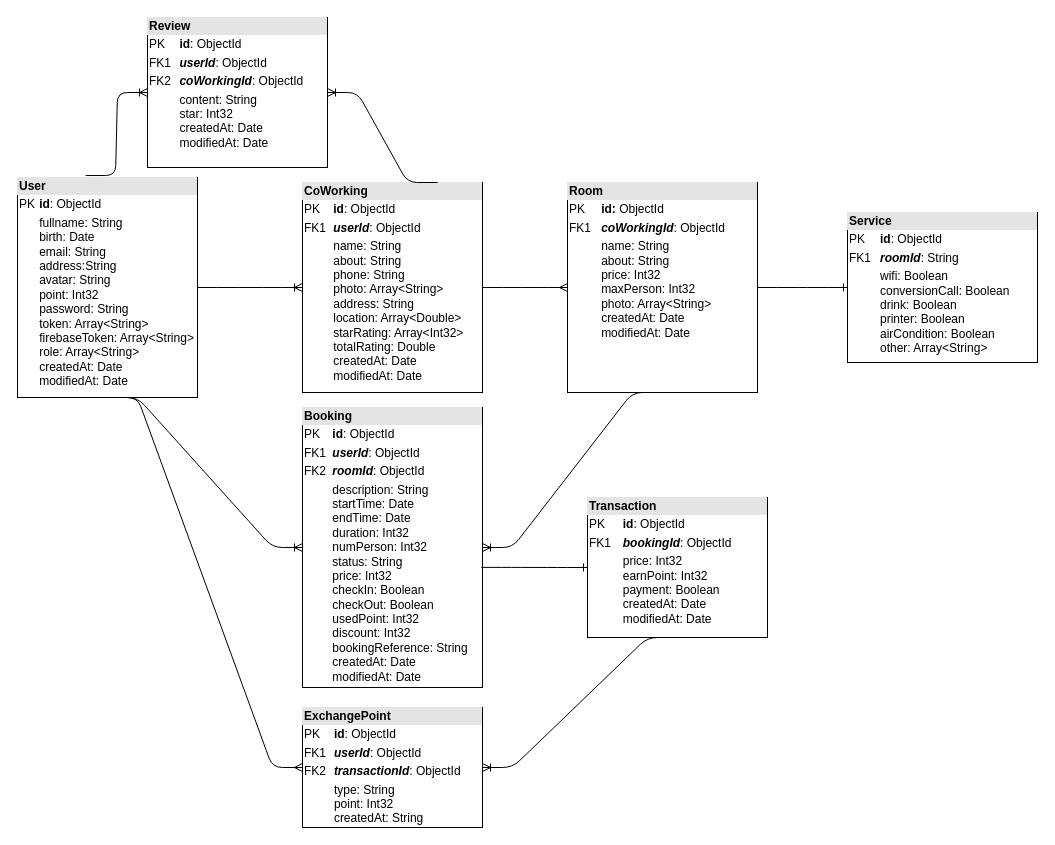
The draw.io diagram Untitled Diagram.drawio in sald17/coex_server, before the edit. Source tidied: cells renumbered, new cells numbered last; positions are measured from the earlier drawing's top-left corner, leaving out a move shared by most shapes. Both pictures are drawn from the tidied source at 100%, with x=0, y=0 at pixel (17, 17).
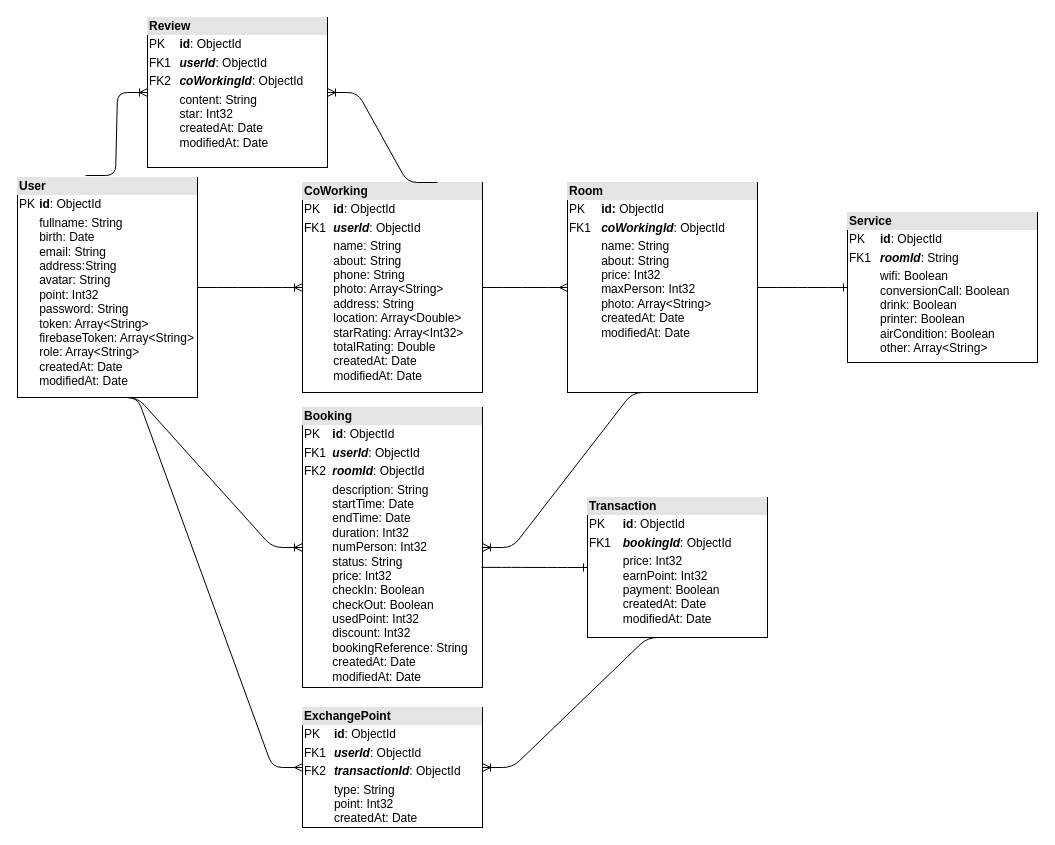
The same page after the edit.

The edit, as a diff of the source:
```diff
@@
 <mxGraphModel>
   <root>
     <mxCell id="0" />
     <mxCell id="1" parent="0" />
     <mxCell id="2" value="&lt;div style=&quot;box-sizing: border-box ; width: 100% ; background: #e4e4e4 ; padding: 2px&quot;&gt;&lt;b&gt;User&lt;/b&gt;&lt;br&gt;&lt;/div&gt;&lt;table style=&quot;width: 100% ; font-size: 1em&quot; cellspacing=&quot;0&quot; cellpadding=&quot;2&quot;&gt;&lt;tbody&gt;&lt;tr&gt;&lt;td&gt;PK&lt;/td&gt;&lt;td&gt;&lt;b&gt;id&lt;/b&gt;: ObjectId&lt;br&gt;&lt;/td&gt;&lt;/tr&gt;&lt;tr&gt;&lt;td&gt;&lt;br&gt;&lt;/td&gt;&lt;td&gt;fullname: String&lt;br&gt;birth: Date&lt;br&gt;email: String&lt;br&gt;address:String&lt;br&gt;avatar: String&lt;br&gt;point: Int32&lt;br&gt;password: String&lt;br&gt;token: Array&amp;lt;String&amp;gt;&lt;br&gt;firebaseToken: Array&amp;lt;String&amp;gt;&lt;br&gt;role: Array&amp;lt;String&amp;gt;&lt;br&gt;createdAt: Date&lt;br&gt;modifiedAt: Date&lt;br&gt;&lt;br&gt;&lt;br&gt;&lt;/td&gt;&lt;/tr&gt;&lt;tr&gt;&lt;td&gt;&lt;br&gt;&lt;/td&gt;&lt;td&gt;&lt;br&gt;&lt;/td&gt;&lt;/tr&gt;&lt;/tbody&gt;&lt;/table&gt;" style="verticalAlign=top;align=left;overflow=fill;html=1;" parent="1" vertex="1">
       <mxGeometry y="160" width="180" height="220" as="geometry" />
     </mxCell>
     <mxCell id="3" value="&lt;div style=&quot;box-sizing: border-box ; width: 100% ; background: #e4e4e4 ; padding: 2px&quot;&gt;&lt;b&gt;CoWorking&lt;/b&gt;&lt;/div&gt;&lt;table style=&quot;width: 100% ; font-size: 1em&quot; cellspacing=&quot;0&quot; cellpadding=&quot;2&quot;&gt;&lt;tbody&gt;&lt;tr&gt;&lt;td&gt;PK&lt;/td&gt;&lt;td&gt;&lt;b&gt;id&lt;/b&gt;: ObjectId&lt;br&gt;&lt;/td&gt;&lt;/tr&gt;&lt;tr&gt;&lt;td&gt;FK1&lt;/td&gt;&lt;td&gt;&lt;b&gt;&lt;i&gt;userId&lt;/i&gt;&lt;/b&gt;: ObjectId&lt;br&gt;&lt;/td&gt;&lt;/tr&gt;&lt;tr&gt;&lt;td&gt;&lt;br&gt;&lt;/td&gt;&lt;td&gt;name: String&lt;br&gt;about: String&lt;br&gt;phone: String&lt;br&gt;photo: Array&amp;lt;String&amp;gt;&lt;br&gt;address: String&lt;br&gt;location: Array&amp;lt;Double&amp;gt;&lt;br&gt;starRating: Array&amp;lt;Int32&amp;gt;&lt;br&gt;totalRating: Double&lt;br&gt;createdAt: Date&lt;br&gt;modifiedAt: Date&lt;br&gt;&lt;br&gt;&lt;/td&gt;&lt;/tr&gt;&lt;/tbody&gt;&lt;/table&gt;" style="verticalAlign=top;align=left;overflow=fill;html=1;fillColor=#ffffff;gradientColor=none;" parent="1" vertex="1">
       <mxGeometry x="285" y="165" width="180" height="210" as="geometry" />
     </mxCell>
     <mxCell id="4" value="&lt;div style=&quot;box-sizing: border-box ; width: 100% ; background: #e4e4e4 ; padding: 2px&quot;&gt;&lt;b&gt;Room&lt;/b&gt;&lt;/div&gt;&lt;table style=&quot;width: 100% ; font-size: 1em&quot; cellspacing=&quot;0&quot; cellpadding=&quot;2&quot;&gt;&lt;tbody&gt;&lt;tr&gt;&lt;td&gt;PK&lt;/td&gt;&lt;td&gt;&lt;b&gt;id: &lt;/b&gt;ObjectId&lt;br&gt;&lt;b&gt;&lt;/b&gt;&lt;/td&gt;&lt;/tr&gt;&lt;tr&gt;&lt;td&gt;FK1&lt;/td&gt;&lt;td&gt;&lt;i&gt;&lt;b&gt;coWorkingId&lt;/b&gt;&lt;/i&gt;: ObjectId&lt;br&gt;&lt;/td&gt;&lt;/tr&gt;&lt;tr&gt;&lt;td&gt;&lt;br&gt;&lt;/td&gt;&lt;td&gt;name: String&lt;br&gt;about: String&lt;br&gt;price: Int32&lt;br&gt;maxPerson: Int32&lt;br&gt;photo: Array&amp;lt;String&amp;gt;&lt;br&gt;createdAt: Date&lt;br&gt;modifiedAt: Date&lt;br&gt;&lt;br&gt;&lt;/td&gt;&lt;/tr&gt;&lt;/tbody&gt;&lt;/table&gt;" style="verticalAlign=top;align=left;overflow=fill;html=1;fillColor=#ffffff;gradientColor=none;" parent="1" vertex="1">
       <mxGeometry x="550" y="165" width="190" height="210" as="geometry" />
     </mxCell>
     <mxCell id="5" style="edgeStyle=entityRelationEdgeStyle;fontSize=12;html=1;endArrow=ERoneToMany;" parent="1" edge="1" source="2" target="3">
       <mxGeometry relative="1" as="geometry" />
     </mxCell>
     <mxCell id="6" style="edgeStyle=entityRelationEdgeStyle;fontSize=12;html=1;endArrow=ERmany;" parent="1" edge="1" source="3" target="4">
       <mxGeometry relative="1" as="geometry" />
     </mxCell>
     <mxCell id="7" value="&lt;div style=&quot;box-sizing: border-box ; width: 100% ; background: #e4e4e4 ; padding: 2px&quot;&gt;&lt;b&gt;Service&lt;/b&gt;&lt;/div&gt;&lt;table style=&quot;width: 100% ; font-size: 1em&quot; cellspacing=&quot;0&quot; cellpadding=&quot;2&quot;&gt;&lt;tbody&gt;&lt;tr&gt;&lt;td&gt;PK&lt;/td&gt;&lt;td&gt;&lt;b&gt;id&lt;/b&gt;: ObjectId&lt;br&gt;&lt;/td&gt;&lt;/tr&gt;&lt;tr&gt;&lt;td&gt;FK1&lt;/td&gt;&lt;td&gt;&lt;i&gt;&lt;b&gt;roomId&lt;/b&gt;&lt;/i&gt;: String&lt;br&gt;&lt;/td&gt;&lt;/tr&gt;&lt;tr&gt;&lt;td&gt;&lt;br&gt;&lt;/td&gt;&lt;td&gt;wifi: Boolean&lt;br&gt;conversionCall: Boolean&lt;br&gt;drink: Boolean&lt;br&gt;printer: Boolean&lt;br&gt;airCondition: Boolean&lt;br&gt;other: Array&amp;lt;String&amp;gt;&lt;br&gt;&lt;br&gt;&lt;/td&gt;&lt;/tr&gt;&lt;/tbody&gt;&lt;/table&gt;" style="verticalAlign=top;align=left;overflow=fill;html=1;" parent="1" vertex="1">
       <mxGeometry x="830" y="195" width="190" height="150" as="geometry" />
     </mxCell>
     <mxCell id="8" style="edgeStyle=entityRelationEdgeStyle;fontSize=12;html=1;endArrow=ERone;endFill=1;" parent="1" edge="1" source="4" target="7">
       <mxGeometry relative="1" as="geometry" />
     </mxCell>
     <mxCell id="9" value="&lt;div style=&quot;box-sizing: border-box ; width: 100% ; background: #e4e4e4 ; padding: 2px&quot;&gt;&lt;b&gt;Review&lt;/b&gt;&lt;/div&gt;&lt;table style=&quot;width: 100% ; font-size: 1em&quot; cellspacing=&quot;0&quot; cellpadding=&quot;2&quot;&gt;&lt;tbody&gt;&lt;tr&gt;&lt;td&gt;PK&lt;/td&gt;&lt;td&gt;&lt;b&gt;id&lt;/b&gt;: ObjectId&lt;br&gt;&lt;/td&gt;&lt;/tr&gt;&lt;tr&gt;&lt;td&gt;FK1&lt;/td&gt;&lt;td&gt;&lt;i&gt;&lt;b&gt;userId&lt;/b&gt;&lt;/i&gt;: ObjectId&lt;br&gt;&lt;/td&gt;&lt;/tr&gt;&lt;tr&gt;&lt;td&gt;FK2&lt;br&gt;&lt;/td&gt;&lt;td&gt;&lt;i&gt;&lt;b&gt;coWorkingId&lt;/b&gt;&lt;/i&gt;: ObjectId&lt;br&gt;&lt;/td&gt;&lt;/tr&gt;&lt;tr&gt;&lt;td&gt;&lt;br&gt;&lt;/td&gt;&lt;td&gt;content: String&lt;br&gt;star: Int32&lt;br&gt;createdAt: Date&lt;br&gt;modifiedAt: Date&lt;br&gt;&lt;br&gt;&lt;/td&gt;&lt;/tr&gt;&lt;/tbody&gt;&lt;/table&gt;" style="verticalAlign=top;align=left;overflow=fill;html=1;" parent="1" vertex="1">
       <mxGeometry x="130" width="180" height="150" as="geometry" />
     </mxCell>
     <mxCell id="10" style="edgeStyle=entityRelationEdgeStyle;fontSize=12;html=1;endArrow=ERoneToMany;entryX=0;entryY=0.5;entryDx=0;entryDy=0;exitX=0.378;exitY=-0.009;exitDx=0;exitDy=0;exitPerimeter=0;" parent="1" edge="1" source="2" target="9">
       <mxGeometry relative="1" as="geometry" />
     </mxCell>
     <mxCell id="11" style="edgeStyle=entityRelationEdgeStyle;fontSize=12;html=1;endArrow=ERoneToMany;exitX=0.75;exitY=0;exitDx=0;exitDy=0;" parent="1" edge="1" source="3" target="9">
       <mxGeometry relative="1" as="geometry" />
     </mxCell>
     <mxCell id="12" value="&lt;div style=&quot;box-sizing: border-box ; width: 100% ; background: #e4e4e4 ; padding: 2px&quot;&gt;&lt;b&gt;Booking&lt;/b&gt;&lt;/div&gt;&lt;table style=&quot;width: 100% ; font-size: 1em&quot; cellspacing=&quot;0&quot; cellpadding=&quot;2&quot;&gt;&lt;tbody&gt;&lt;tr&gt;&lt;td&gt;PK&lt;/td&gt;&lt;td&gt;&lt;b&gt;id&lt;/b&gt;: ObjectId&lt;br&gt;&lt;/td&gt;&lt;/tr&gt;&lt;tr&gt;&lt;td&gt;FK1&lt;/td&gt;&lt;td&gt;&lt;i&gt;&lt;b&gt;userId&lt;/b&gt;&lt;/i&gt;: ObjectId&lt;br&gt;&lt;/td&gt;&lt;/tr&gt;&lt;tr&gt;&lt;td&gt;FK2&lt;br&gt;&lt;/td&gt;&lt;td&gt;&lt;i&gt;&lt;b&gt;roomId&lt;/b&gt;&lt;/i&gt;: ObjectId&lt;br&gt;&lt;/td&gt;&lt;/tr&gt;&lt;tr&gt;&lt;td&gt;&lt;br&gt;&lt;/td&gt;&lt;td&gt;description: String&lt;br&gt;startTime: Date&lt;br&gt;endTime: Date&lt;br&gt;duration: Int32&lt;br&gt;numPerson: Int32&lt;br&gt;status: String&lt;br&gt;price: Int32&lt;br&gt;checkIn: Boolean &lt;br&gt;checkOut: Boolean&lt;br&gt;usedPoint: Int32&lt;br&gt;discount: Int32&lt;br&gt;bookingReference: String&lt;br&gt;createdAt: Date&lt;br&gt;modifiedAt: Date&lt;br&gt;&lt;br&gt;&lt;/td&gt;&lt;/tr&gt;&lt;/tbody&gt;&lt;/table&gt;" style="verticalAlign=top;align=left;overflow=fill;html=1;" parent="1" vertex="1">
       <mxGeometry x="285" y="390" width="180" height="280" as="geometry" />
     </mxCell>
     <mxCell id="13" style="edgeStyle=entityRelationEdgeStyle;fontSize=12;html=1;endArrow=ERoneToMany;exitX=0.5;exitY=1;exitDx=0;exitDy=0;entryX=0;entryY=0.5;entryDx=0;entryDy=0;" parent="1" edge="1" source="2" target="12">
       <mxGeometry relative="1" as="geometry" />
     </mxCell>
     <mxCell id="14" style="edgeStyle=entityRelationEdgeStyle;fontSize=12;html=1;endArrow=ERoneToMany;exitX=0.5;exitY=1;exitDx=0;exitDy=0;" parent="1" edge="1" source="4" target="12">
       <mxGeometry relative="1" as="geometry" />
     </mxCell>
     <mxCell id="15" value="&lt;div style=&quot;box-sizing: border-box ; width: 100% ; background: #e4e4e4 ; padding: 2px&quot;&gt;&lt;b&gt;Transaction&lt;/b&gt;&lt;/div&gt;&lt;table style=&quot;width: 100% ; font-size: 1em&quot; cellspacing=&quot;0&quot; cellpadding=&quot;2&quot;&gt;&lt;tbody&gt;&lt;tr&gt;&lt;td&gt;PK&lt;/td&gt;&lt;td&gt;&lt;b&gt;id&lt;/b&gt;: ObjectId&lt;br&gt;&lt;/td&gt;&lt;/tr&gt;&lt;tr&gt;&lt;td&gt;FK1&lt;/td&gt;&lt;td&gt;&lt;i&gt;&lt;b&gt;bookingId&lt;/b&gt;&lt;/i&gt;: ObjectId&lt;br&gt;&lt;/td&gt;&lt;/tr&gt;&lt;tr&gt;&lt;td&gt;&lt;br&gt;&lt;/td&gt;&lt;td&gt;price: Int32&lt;br&gt;earnPoint: Int32&lt;br&gt;payment: Boolean&lt;br&gt;createdAt: Date&lt;br&gt;modifiedAt: Date&lt;br&gt;&lt;br&gt;&lt;/td&gt;&lt;/tr&gt;&lt;/tbody&gt;&lt;/table&gt;" style="verticalAlign=top;align=left;overflow=fill;html=1;" parent="1" vertex="1">
       <mxGeometry x="570" y="480" width="180" height="140" as="geometry" />
     </mxCell>
     <mxCell id="16" style="edgeStyle=entityRelationEdgeStyle;fontSize=12;html=1;endArrow=ERone;endFill=1;exitX=0.994;exitY=0.571;exitDx=0;exitDy=0;exitPerimeter=0;" parent="1" edge="1" source="12" target="15">
       <mxGeometry relative="1" as="geometry" />
     </mxCell>
-    <mxCell id="17" value="&lt;div style=&quot;box-sizing: border-box ; width: 100% ; background: #e4e4e4 ; padding: 2px&quot;&gt;&lt;b&gt;ExchangePoint&lt;/b&gt;&lt;br&gt;&lt;/div&gt;&lt;table style=&quot;width: 100% ; font-size: 1em&quot; cellspacing=&quot;0&quot; cellpadding=&quot;2&quot;&gt;&lt;tbody&gt;&lt;tr&gt;&lt;td&gt;PK&lt;/td&gt;&lt;td&gt;&lt;b&gt;id&lt;/b&gt;: ObjectId&lt;br&gt;&lt;/td&gt;&lt;/tr&gt;&lt;tr&gt;&lt;td&gt;FK1&lt;/td&gt;&lt;td&gt;&lt;i&gt;&lt;b&gt;userId&lt;/b&gt;&lt;/i&gt;: ObjectId&lt;br&gt;&lt;/td&gt;&lt;/tr&gt;&lt;tr&gt;&lt;td&gt;FK2&lt;br&gt;&lt;/td&gt;&lt;td&gt;&lt;i&gt;&lt;b&gt;transactionId&lt;/b&gt;&lt;/i&gt;: ObjectId&lt;br&gt;&lt;/td&gt;&lt;/tr&gt;&lt;tr&gt;&lt;td&gt;&lt;br&gt;&lt;/td&gt;&lt;td&gt;type: String&lt;br&gt;point: Int32&lt;br&gt;createdAt: String&lt;br&gt;&lt;br&gt;&lt;/td&gt;&lt;/tr&gt;&lt;/tbody&gt;&lt;/table&gt;" style="verticalAlign=top;align=left;overflow=fill;html=1;" parent="1" vertex="1">
+    <mxCell id="17" value="&lt;div style=&quot;box-sizing: border-box ; width: 100% ; background: #e4e4e4 ; padding: 2px&quot;&gt;&lt;b&gt;ExchangePoint&lt;/b&gt;&lt;br&gt;&lt;/div&gt;&lt;table style=&quot;width: 100% ; font-size: 1em&quot; cellspacing=&quot;0&quot; cellpadding=&quot;2&quot;&gt;&lt;tbody&gt;&lt;tr&gt;&lt;td&gt;PK&lt;/td&gt;&lt;td&gt;&lt;b&gt;id&lt;/b&gt;: ObjectId&lt;br&gt;&lt;/td&gt;&lt;/tr&gt;&lt;tr&gt;&lt;td&gt;FK1&lt;/td&gt;&lt;td&gt;&lt;i&gt;&lt;b&gt;userId&lt;/b&gt;&lt;/i&gt;: ObjectId&lt;br&gt;&lt;/td&gt;&lt;/tr&gt;&lt;tr&gt;&lt;td&gt;FK2&lt;br&gt;&lt;/td&gt;&lt;td&gt;&lt;i&gt;&lt;b&gt;transactionId&lt;/b&gt;&lt;/i&gt;: ObjectId&lt;br&gt;&lt;/td&gt;&lt;/tr&gt;&lt;tr&gt;&lt;td&gt;&lt;br&gt;&lt;/td&gt;&lt;td&gt;type: String&lt;br&gt;point: Int32&lt;br&gt;createdAt: Date&lt;br&gt;&lt;br&gt;&lt;br&gt;&lt;/td&gt;&lt;/tr&gt;&lt;/tbody&gt;&lt;/table&gt;" style="verticalAlign=top;align=left;overflow=fill;html=1;" parent="1" vertex="1">
       <mxGeometry x="285" y="690" width="180" height="120" as="geometry" />
     </mxCell>
     <mxCell id="18" style="edgeStyle=entityRelationEdgeStyle;fontSize=12;html=1;endArrow=ERmany;exitX=0.5;exitY=1;exitDx=0;exitDy=0;" parent="1" edge="1" source="2" target="17">
       <mxGeometry relative="1" as="geometry" />
     </mxCell>
     <mxCell id="19" style="edgeStyle=entityRelationEdgeStyle;fontSize=12;html=1;endArrow=ERoneToMany;exitX=0.5;exitY=1;exitDx=0;exitDy=0;" parent="1" edge="1" source="15" target="17">
       <mxGeometry relative="1" as="geometry" />
     </mxCell>
   </root>
 </mxGraphModel>
```
